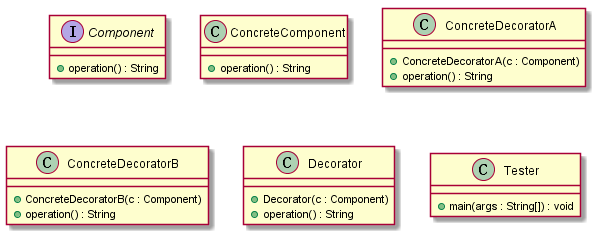
The PlantUML diagram test.png in SamJaylnn/UML-Parser, before a commit.
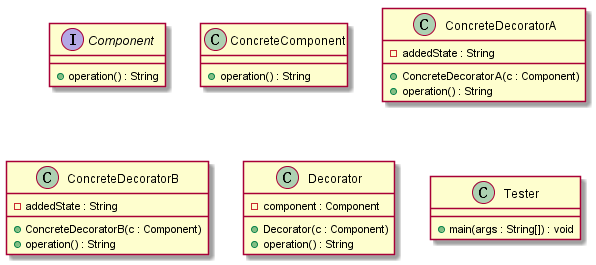
After the commit.

The edit, as a diff of the source:
```diff
@@ -4,12 +4,15 @@
 class ConcreteComponent
 ConcreteComponent : +operation() : String
 class ConcreteDecoratorA
+ConcreteDecoratorA : -addedState : String
 ConcreteDecoratorA : +ConcreteDecoratorA(c : Component)
 ConcreteDecoratorA : +operation() : String
 class ConcreteDecoratorB
+ConcreteDecoratorB : -addedState : String
 ConcreteDecoratorB : +ConcreteDecoratorB(c : Component)
 ConcreteDecoratorB : +operation() : String
 class Decorator
+Decorator : -component : Component
 Decorator : +Decorator(c : Component)
 Decorator : +operation() : String
 class Tester
```
